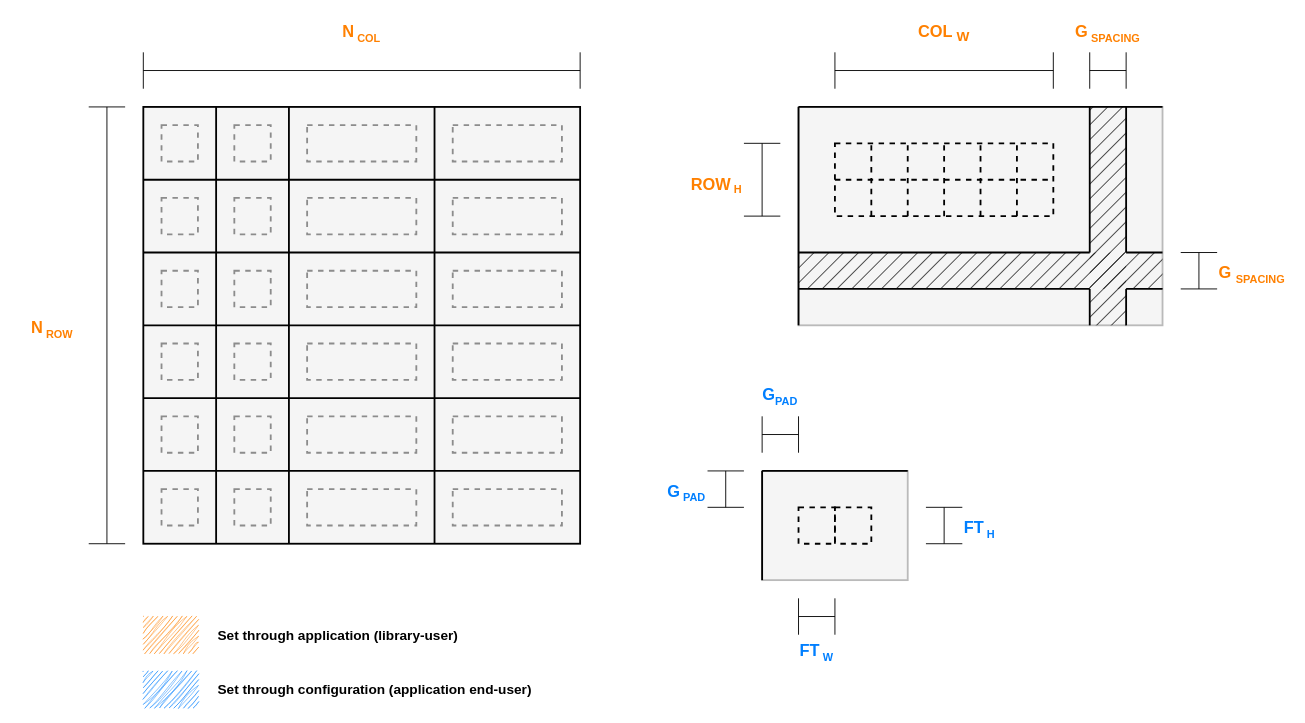
This is docs/assets/drawio/grid-size.drawio from fraawlen/cassette, a draw.io file, before an edit. Source tidied: cells renumbered, new cells numbered last; positions are measured from the earlier drawing's top-left corner, leaving out a move shared by most shapes. Both pictures are drawn from the tidied source at 91%, with x=0, y=0 at pixel (15, 15).
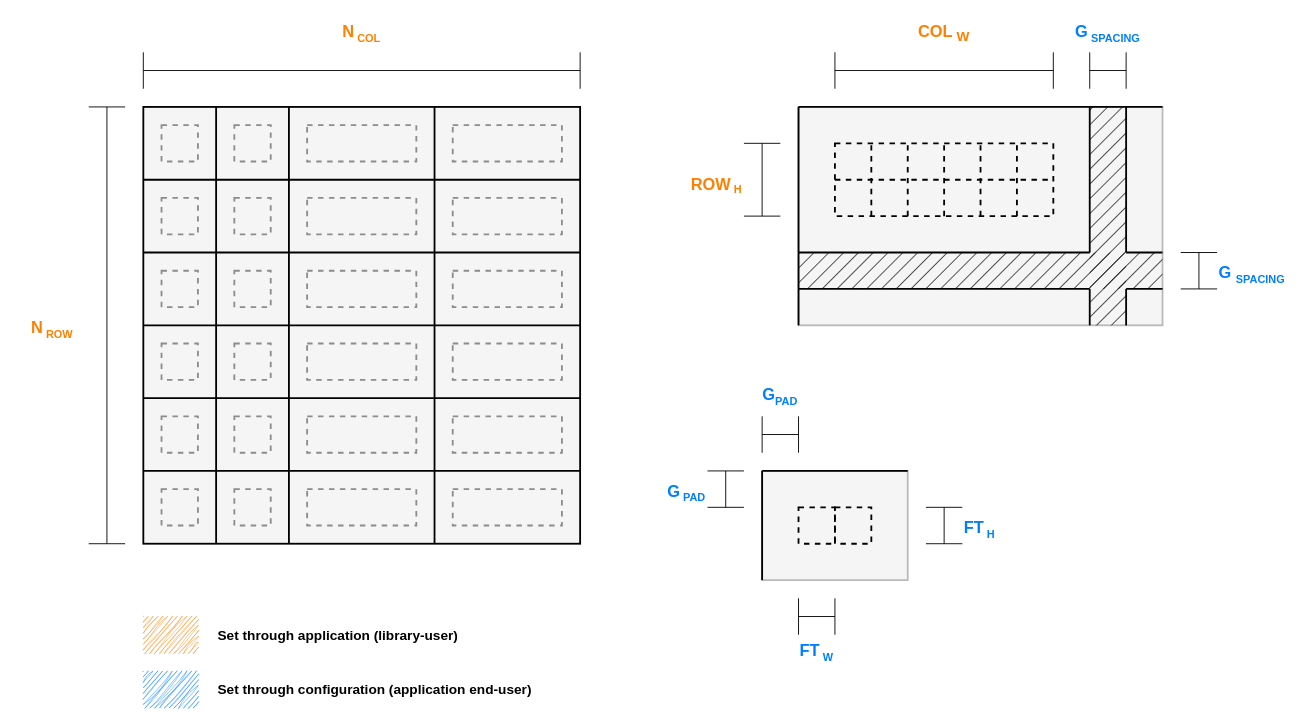
The same diagram, later.

Diff of the diagram source:
```diff
@@
-    <mxCell id="51" value="G&lt;sub&gt;&lt;font style=&quot;font-size: 12px;&quot;&gt; SPACING&lt;/font&gt;&lt;/sub&gt;" style="text;html=1;align=center;verticalAlign=middle;whiteSpace=wrap;rounded=0;fontStyle=1;fontSize=18;fontColor=#FF8000;" parent="1" vertex="1">
+    <mxCell id="51" value="G&lt;sub&gt;&lt;font style=&quot;font-size: 12px;&quot;&gt; SPACING&lt;/font&gt;&lt;/sub&gt;" style="text;html=1;align=center;verticalAlign=middle;whiteSpace=wrap;rounded=0;fontStyle=1;fontSize=18;fontColor=#007FFF;" parent="1" vertex="1">
       <mxGeometry x="1160" width="80" height="40" as="geometry" />
     </mxCell>
@@
-    <mxCell id="53" value="G &lt;sub&gt;&lt;font style=&quot;font-size: 12px;&quot;&gt;SPACING&lt;/font&gt;&lt;/sub&gt;" style="text;html=1;align=left;verticalAlign=bottom;whiteSpace=wrap;rounded=0;fontStyle=1;fontSize=18;fontColor=#FF8000;" parent="1" vertex="1">
+    <mxCell id="53" value="G &lt;sub&gt;&lt;font style=&quot;font-size: 12px;&quot;&gt;SPACING&lt;/font&gt;&lt;/sub&gt;" style="text;html=1;align=left;verticalAlign=bottom;whiteSpace=wrap;rounded=0;fontStyle=1;fontSize=18;fontColor=#007FFF;" parent="1" vertex="1">
       <mxGeometry x="1320" y="260" width="80" height="40" as="geometry" />
     </mxCell>
```
